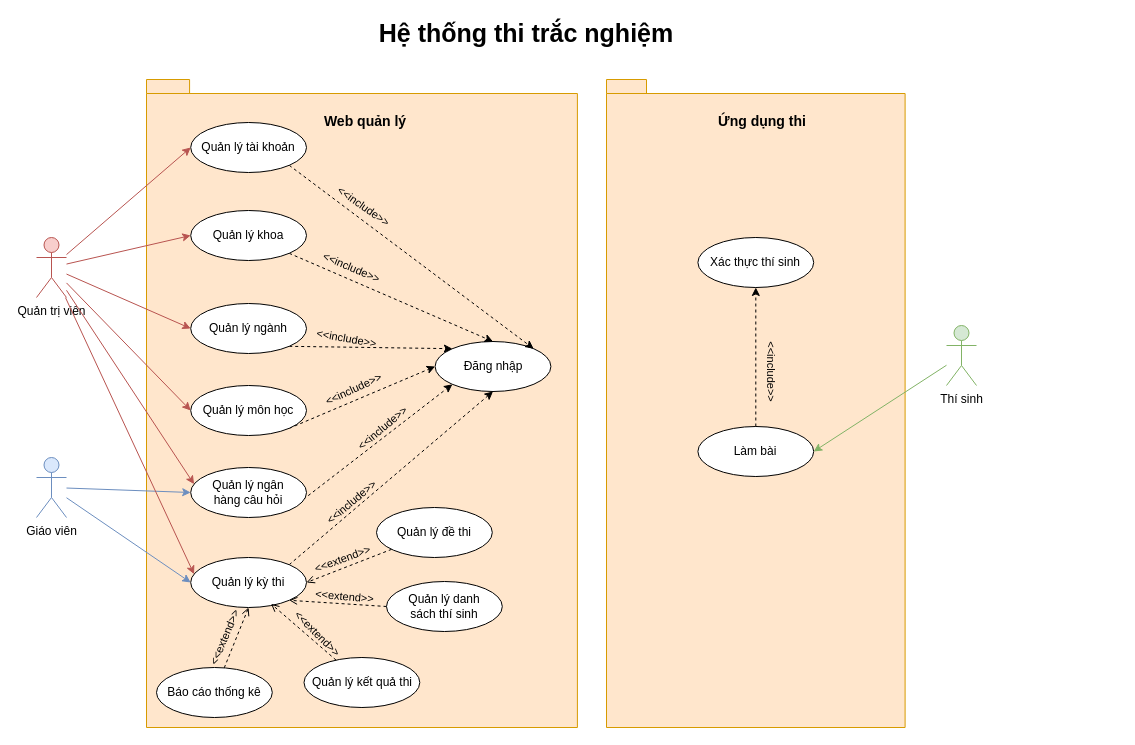
Above: Documents/draw/usecase/usecase-tong-quat.drawio in copecute/do-an-tot-nghiep (draw.io), before the change. Source tidied: cells renumbered, new cells numbered last; positions are measured from the earlier drawing's top-left corner, leaving out a move shared by most shapes. Both pictures are drawn from the tidied source at 100%, with x=0, y=0 at pixel (36, 17).
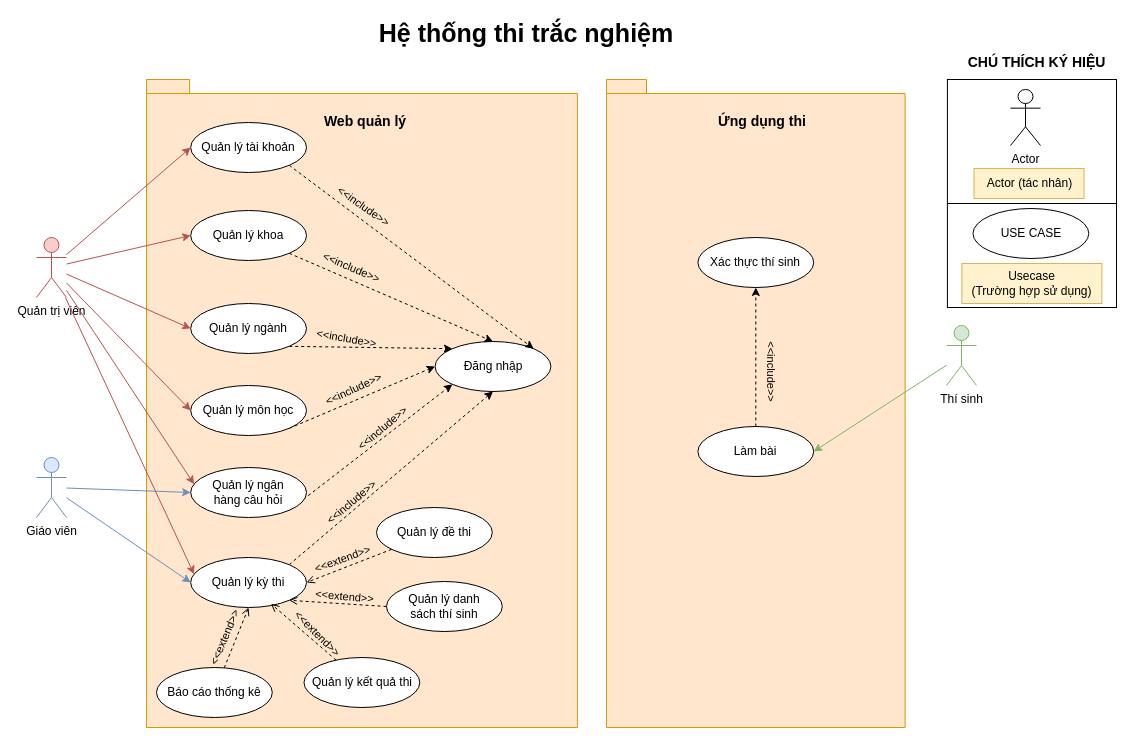
The same page after the edit.

Diff of the diagram source:
```diff
@@
+    <mxCell id="54" style="rounded=0;whiteSpace=wrap;html=1;" parent="1" vertex="1">
+      <mxGeometry x="910.9" y="62" width="169.1" height="228" as="geometry" />
+    </mxCell>
+    <mxCell id="55" value="Actor" style="shape=umlActor;verticalLabelPosition=bottom;verticalAlign=top;html=1;" parent="1" vertex="1">
+      <mxGeometry x="974" y="72" width="30" height="56" as="geometry" />
+    </mxCell>
+    <mxCell id="56" value="USE CASE" style="ellipse;whiteSpace=wrap;html=1;" parent="1" vertex="1">
+      <mxGeometry x="936.5" y="191" width="115.8" height="50" as="geometry" />
+    </mxCell>
+    <mxCell id="57" value="&lt;font style=&quot;font-size: 14px;&quot;&gt;&lt;b&gt;CHÚ THÍCH KÝ HIỆU&lt;/b&gt;&lt;/font&gt;" style="text;html=1;align=center;verticalAlign=middle;strokeColor=none;fillColor=none;" parent="1" vertex="1">
+      <mxGeometry x="920" y="30" width="160" height="30" as="geometry" />
+    </mxCell>
+    <mxCell id="58" value="Actor (tác nhân)" style="text;html=1;align=center;verticalAlign=middle;strokeColor=#d6b656;fillColor=#fff2cc;" parent="1" vertex="1">
+      <mxGeometry x="937.5" y="151" width="110" height="30" as="geometry" />
+    </mxCell>
+    <mxCell id="59" value="Usecase&lt;br&gt;(Trường hợp sử dụng)" style="text;html=1;align=center;verticalAlign=middle;strokeColor=#d6b656;fillColor=#fff2cc;" parent="1" vertex="1">
+      <mxGeometry x="925.4" y="246" width="140" height="40" as="geometry" />
+    </mxCell>
+    <mxCell id="60" style="endArrow=none;html=1;rounded=0;exitX=0;exitY=0.5;exitDx=0;exitDy=0;entryX=1;entryY=0.5;entryDx=0;entryDy=0;" parent="1" edge="1">
+      <mxGeometry relative="1" as="geometry">
+        <mxPoint x="910.9" y="186" as="sourcePoint" />
+        <mxPoint x="1080" y="186" as="targetPoint" />
+      </mxGeometry>
+    </mxCell>
```
